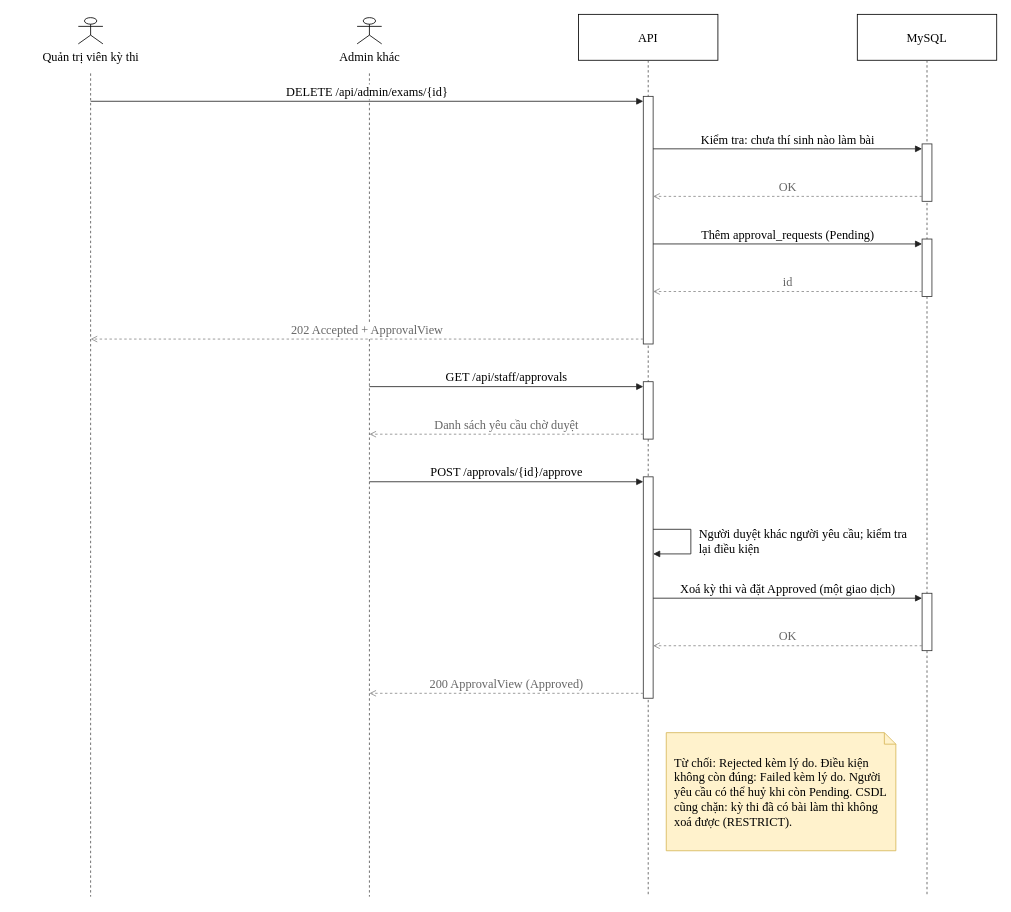
Earlier version of the draw.io diagram thesis/diagrams/seq-approval.drawio (trhlow/cambridge-exam-prep). Source tidied: cells renumbered, new cells numbered last; positions are measured from the earlier drawing's top-left corner, leaving out a move shared by most shapes. Both pictures are drawn from the tidied source at 82%, with x=0, y=0 at pixel (78, 14).
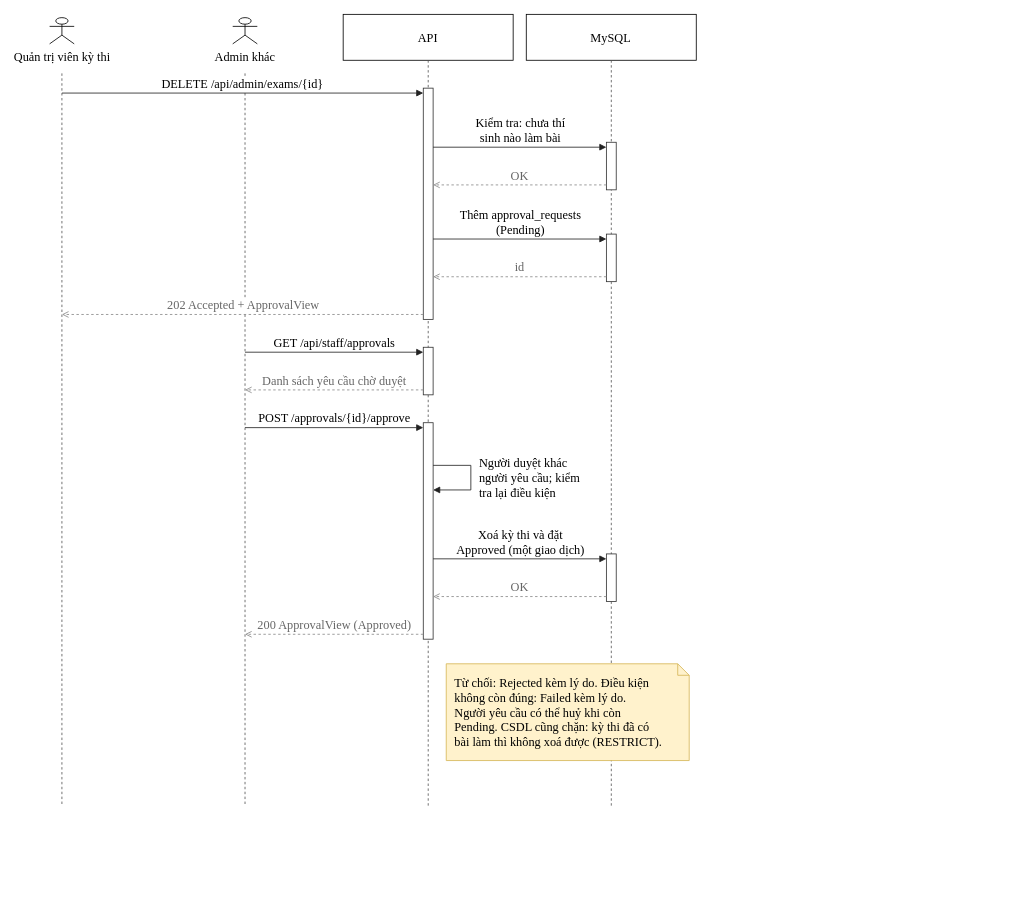
The same page after the edit.

Change to the diagram source:
```diff
@@
     <mxCell id="2" value="Quản trị viên kỳ thi" style="shape=umlActor;verticalLabelPosition=bottom;verticalAlign=top;html=1;fontFamily=Times New Roman;fontSize=15;" parent="1" vertex="1">
-      <mxGeometry y="4" width="30" height="32" as="geometry" />
+      <mxGeometry x="-35" y="4" width="30" height="32" as="geometry" />
     </mxCell>
     <mxCell id="3" style="endArrow=none;dashed=1;html=1;strokeColor=#555555;" parent="1" edge="1">
       <mxGeometry relative="1" as="geometry">
-        <mxPoint x="15" y="72" as="sourcePoint" />
-        <mxPoint x="15" y="1076" as="targetPoint" />
+        <mxPoint x="-20" y="72" as="sourcePoint" />
+        <mxPoint x="-20" y="966" as="targetPoint" />
       </mxGeometry>
     </mxCell>
     <mxCell id="4" value="Admin khác" style="shape=umlActor;verticalLabelPosition=bottom;verticalAlign=top;html=1;fontFamily=Times New Roman;fontSize=15;" parent="1" vertex="1">
-      <mxGeometry x="340" y="4" width="30" height="32" as="geometry" />
+      <mxGeometry x="188.3" y="4" width="30" height="32" as="geometry" />
     </mxCell>
     <mxCell id="5" style="endArrow=none;dashed=1;html=1;strokeColor=#555555;" parent="1" edge="1">
       <mxGeometry relative="1" as="geometry">
-        <mxPoint x="355" y="72" as="sourcePoint" />
-        <mxPoint x="355" y="1076" as="targetPoint" />
+        <mxPoint x="203.3" y="72" as="sourcePoint" />
+        <mxPoint x="203.3" y="966" as="targetPoint" />
       </mxGeometry>
     </mxCell>
     <mxCell id="6" value="API" style="rounded=0;whiteSpace=wrap;html=1;fontFamily=Times New Roman;fontSize=15;" parent="1" vertex="1">
-      <mxGeometry x="610" width="170" height="56" as="geometry" />
+      <mxGeometry x="323" width="207.3" height="56" as="geometry" />
     </mxCell>
     <mxCell id="7" style="endArrow=none;dashed=1;html=1;strokeColor=#555555;" parent="1" edge="1">
       <mxGeometry relative="1" as="geometry">
-        <mxPoint x="695" y="56" as="sourcePoint" />
-        <mxPoint x="695" y="1076" as="targetPoint" />
+        <mxPoint x="426.7" y="56" as="sourcePoint" />
+        <mxPoint x="426.7" y="966" as="targetPoint" />
       </mxGeometry>
     </mxCell>
     <mxCell id="8" value="MySQL" style="rounded=0;whiteSpace=wrap;html=1;fontFamily=Times New Roman;fontSize=15;" parent="1" vertex="1">
-      <mxGeometry x="950" width="170" height="56" as="geometry" />
+      <mxGeometry x="546.3" width="207.3" height="56" as="geometry" />
     </mxCell>
     <mxCell id="9" style="endArrow=none;dashed=1;html=1;strokeColor=#555555;" parent="1" edge="1">
       <mxGeometry relative="1" as="geometry">
-        <mxPoint x="1035" y="56" as="sourcePoint" />
-        <mxPoint x="1035" y="1076" as="targetPoint" />
+        <mxPoint x="650" y="56" as="sourcePoint" />
+        <mxPoint x="650" y="966" as="targetPoint" />
       </mxGeometry>
     </mxCell>
     <mxCell id="10" style="rounded=0;whiteSpace=wrap;html=1;fillColor=#ffffff;strokeColor=#333333;" parent="1" vertex="1">
-      <mxGeometry x="1029" y="158" width="12" height="70" as="geometry" />
+      <mxGeometry x="644" y="156" width="12" height="58" as="geometry" />
     </mxCell>
     <mxCell id="11" style="rounded=0;whiteSpace=wrap;html=1;fillColor=#ffffff;strokeColor=#333333;" parent="1" vertex="1">
-      <mxGeometry x="1029" y="274" width="12" height="70" as="geometry" />
+      <mxGeometry x="644" y="268" width="12" height="58" as="geometry" />
     </mxCell>
     <mxCell id="12" style="rounded=0;whiteSpace=wrap;html=1;fillColor=#ffffff;strokeColor=#333333;" parent="1" vertex="1">
-      <mxGeometry x="689" y="100" width="12" height="302" as="geometry" />
+      <mxGeometry x="420.7" y="90" width="12" height="282" as="geometry" />
     </mxCell>
     <mxCell id="13" style="rounded=0;whiteSpace=wrap;html=1;fillColor=#ffffff;strokeColor=#333333;" parent="1" vertex="1">
-      <mxGeometry x="689" y="448" width="12" height="70" as="geometry" />
+      <mxGeometry x="420.7" y="406" width="12" height="58" as="geometry" />
     </mxCell>
     <mxCell id="14" style="rounded=0;whiteSpace=wrap;html=1;fillColor=#ffffff;strokeColor=#333333;" parent="1" vertex="1">
-      <mxGeometry x="1029" y="706" width="12" height="70" as="geometry" />
+      <mxGeometry x="644" y="658" width="12" height="58" as="geometry" />
     </mxCell>
     <mxCell id="15" style="rounded=0;whiteSpace=wrap;html=1;fillColor=#ffffff;strokeColor=#333333;" parent="1" vertex="1">
-      <mxGeometry x="689" y="564" width="12" height="270" as="geometry" />
+      <mxGeometry x="420.7" y="498" width="12" height="264" as="geometry" />
     </mxCell>
     <mxCell id="16" value="DELETE /api/admin/exams/{id}" style="endArrow=block;endFill=1;html=1;rounded=0;strokeColor=#222222;fontFamily=Times New Roman;fontSize=15;labelBackgroundColor=#ffffff;verticalAlign=bottom;" parent="1" edge="1">
       <mxGeometry relative="1" as="geometry">
-        <mxPoint x="15" y="106" as="sourcePoint" />
-        <mxPoint x="689" y="106" as="targetPoint" />
+        <mxPoint x="-20" y="96" as="sourcePoint" />
+        <mxPoint x="420.7" y="96" as="targetPoint" />
       </mxGeometry>
     </mxCell>
-    <mxCell id="17" value="Kiểm tra: chưa thí sinh nào làm bài" style="endArrow=block;endFill=1;html=1;rounded=0;strokeColor=#222222;fontFamily=Times New Roman;fontSize=15;labelBackgroundColor=#ffffff;verticalAlign=bottom;" parent="1" edge="1">
+    <mxCell id="17" value="Kiểm tra: chưa thí&#10;sinh nào làm bài" style="endArrow=block;endFill=1;html=1;rounded=0;strokeColor=#222222;fontFamily=Times New Roman;fontSize=15;labelBackgroundColor=#ffffff;verticalAlign=bottom;" parent="1" edge="1">
       <mxGeometry relative="1" as="geometry">
-        <mxPoint x="701" y="164" as="sourcePoint" />
-        <mxPoint x="1029" y="164" as="targetPoint" />
+        <mxPoint x="432.7" y="162" as="sourcePoint" />
+        <mxPoint x="644" y="162" as="targetPoint" />
       </mxGeometry>
     </mxCell>
     <mxCell id="18" value="OK" style="endArrow=open;dashed=1;html=1;rounded=0;strokeColor=#888888;fontColor=#666666;fontFamily=Times New Roman;fontSize=15;labelBackgroundColor=#ffffff;verticalAlign=bottom;" parent="1" edge="1">
       <mxGeometry relative="1" as="geometry">
-        <mxPoint x="1029" y="222" as="sourcePoint" />
-        <mxPoint x="701" y="222" as="targetPoint" />
+        <mxPoint x="644" y="208" as="sourcePoint" />
+        <mxPoint x="432.7" y="208" as="targetPoint" />
       </mxGeometry>
     </mxCell>
-    <mxCell id="19" value="Thêm approval_requests (Pending)" style="endArrow=block;endFill=1;html=1;rounded=0;strokeColor=#222222;fontFamily=Times New Roman;fontSize=15;labelBackgroundColor=#ffffff;verticalAlign=bottom;" parent="1" edge="1">
+    <mxCell id="19" value="Thêm approval_requests&#10;(Pending)" style="endArrow=block;endFill=1;html=1;rounded=0;strokeColor=#222222;fontFamily=Times New Roman;fontSize=15;labelBackgroundColor=#ffffff;verticalAlign=bottom;" parent="1" edge="1">
       <mxGeometry relative="1" as="geometry">
-        <mxPoint x="701" y="280" as="sourcePoint" />
-        <mxPoint x="1029" y="280" as="targetPoint" />
+        <mxPoint x="432.7" y="274" as="sourcePoint" />
+        <mxPoint x="644" y="274" as="targetPoint" />
       </mxGeometry>
     </mxCell>
     <mxCell id="20" value="id" style="endArrow=open;dashed=1;html=1;rounded=0;strokeColor=#888888;fontColor=#666666;fontFamily=Times New Roman;fontSize=15;labelBackgroundColor=#ffffff;verticalAlign=bottom;" parent="1" edge="1">
       <mxGeometry relative="1" as="geometry">
-        <mxPoint x="1029" y="338" as="sourcePoint" />
-        <mxPoint x="701" y="338" as="targetPoint" />
+        <mxPoint x="644" y="320" as="sourcePoint" />
+        <mxPoint x="432.7" y="320" as="targetPoint" />
       </mxGeometry>
     </mxCell>
     <mxCell id="21" value="202 Accepted + ApprovalView" style="endArrow=open;dashed=1;html=1;rounded=0;strokeColor=#888888;fontColor=#666666;fontFamily=Times New Roman;fontSize=15;labelBackgroundColor=#ffffff;verticalAlign=bottom;" parent="1" edge="1">
       <mxGeometry relative="1" as="geometry">
-        <mxPoint x="689" y="396" as="sourcePoint" />
-        <mxPoint x="15" y="396" as="targetPoint" />
+        <mxPoint x="420.7" y="366" as="sourcePoint" />
+        <mxPoint x="-20" y="366" as="targetPoint" />
       </mxGeometry>
     </mxCell>
     <mxCell id="22" value="GET /api/staff/approvals" style="endArrow=block;endFill=1;html=1;rounded=0;strokeColor=#222222;fontFamily=Times New Roman;fontSize=15;labelBackgroundColor=#ffffff;verticalAlign=bottom;" parent="1" edge="1">
       <mxGeometry relative="1" as="geometry">
-        <mxPoint x="355" y="454" as="sourcePoint" />
-        <mxPoint x="689" y="454" as="targetPoint" />
+        <mxPoint x="203.3" y="412" as="sourcePoint" />
+        <mxPoint x="420.7" y="412" as="targetPoint" />
       </mxGeometry>
     </mxCell>
     <mxCell id="23" value="Danh sách yêu cầu chờ duyệt" style="endArrow=open;dashed=1;html=1;rounded=0;strokeColor=#888888;fontColor=#666666;fontFamily=Times New Roman;fontSize=15;labelBackgroundColor=#ffffff;verticalAlign=bottom;" parent="1" edge="1">
       <mxGeometry relative="1" as="geometry">
-        <mxPoint x="689" y="512" as="sourcePoint" />
-        <mxPoint x="355" y="512" as="targetPoint" />
+        <mxPoint x="420.7" y="458" as="sourcePoint" />
+        <mxPoint x="203.3" y="458" as="targetPoint" />
       </mxGeometry>
     </mxCell>
     <mxCell id="24" value="POST /approvals/{id}/approve" style="endArrow=block;endFill=1;html=1;rounded=0;strokeColor=#222222;fontFamily=Times New Roman;fontSize=15;labelBackgroundColor=#ffffff;verticalAlign=bottom;" parent="1" edge="1">
       <mxGeometry relative="1" as="geometry">
-        <mxPoint x="355" y="570" as="sourcePoint" />
-        <mxPoint x="689" y="570" as="targetPoint" />
+        <mxPoint x="203.3" y="504" as="sourcePoint" />
+        <mxPoint x="420.7" y="504" as="targetPoint" />
       </mxGeometry>
     </mxCell>
     <mxCell id="25" style="endArrow=block;endFill=1;html=1;rounded=0;strokeColor=#222222;fontFamily=Times New Roman;fontSize=15;labelBackgroundColor=#ffffff;verticalAlign=bottom;" parent="1" edge="1">
       <mxGeometry relative="1" as="geometry">
-        <mxPoint x="701" y="628" as="sourcePoint" />
-        <mxPoint x="701" y="658" as="targetPoint" />
+        <mxPoint x="432.7" y="550" as="sourcePoint" />
+        <mxPoint x="432.7" y="580" as="targetPoint" />
         <Array as="points">
-          <mxPoint x="747" y="628" />
-          <mxPoint x="747" y="658" />
+          <mxPoint x="478.7" y="550" />
+          <mxPoint x="478.7" y="580" />
         </Array>
       </mxGeometry>
     </mxCell>
-    <mxCell id="26" value="Người duyệt khác người yêu cầu; kiểm tra lại điều kiện" style="text;html=1;whiteSpace=wrap;align=left;verticalAlign=middle;fontFamily=Times New Roman;fontSize=15;" parent="1" vertex="1">
-      <mxGeometry x="755" y="622" width="270" height="40" as="geometry" />
+    <mxCell id="26" value="Người duyệt khác&#10;người yêu cầu; kiểm&#10;tra lại điều kiện" style="text;html=1;whiteSpace=wrap;align=left;verticalAlign=middle;fontFamily=Times New Roman;fontSize=15;" parent="1" vertex="1">
+      <mxGeometry x="486.7" y="531" width="155.3" height="68" as="geometry" />
     </mxCell>
-    <mxCell id="27" value="Xoá kỳ thi và đặt Approved (một giao dịch)" style="endArrow=block;endFill=1;html=1;rounded=0;strokeColor=#222222;fontFamily=Times New Roman;fontSize=15;labelBackgroundColor=#ffffff;verticalAlign=bottom;" parent="1" edge="1">
+    <mxCell id="27" value="Xoá kỳ thi và đặt&#10;Approved (một giao dịch)" style="endArrow=block;endFill=1;html=1;rounded=0;strokeColor=#222222;fontFamily=Times New Roman;fontSize=15;labelBackgroundColor=#ffffff;verticalAlign=bottom;" parent="1" edge="1">
       <mxGeometry relative="1" as="geometry">
-        <mxPoint x="701" y="712" as="sourcePoint" />
-        <mxPoint x="1029" y="712" as="targetPoint" />
+        <mxPoint x="432.7" y="664" as="sourcePoint" />
+        <mxPoint x="644" y="664" as="targetPoint" />
       </mxGeometry>
     </mxCell>
     <mxCell id="28" value="OK" style="endArrow=open;dashed=1;html=1;rounded=0;strokeColor=#888888;fontColor=#666666;fontFamily=Times New Roman;fontSize=15;labelBackgroundColor=#ffffff;verticalAlign=bottom;" parent="1" edge="1">
       <mxGeometry relative="1" as="geometry">
-        <mxPoint x="1029" y="770" as="sourcePoint" />
-        <mxPoint x="701" y="770" as="targetPoint" />
+        <mxPoint x="644" y="710" as="sourcePoint" />
+        <mxPoint x="432.7" y="710" as="targetPoint" />
       </mxGeometry>
     </mxCell>
     <mxCell id="29" value="200 ApprovalView (Approved)" style="endArrow=open;dashed=1;html=1;rounded=0;strokeColor=#888888;fontColor=#666666;fontFamily=Times New Roman;fontSize=15;labelBackgroundColor=#ffffff;verticalAlign=bottom;" parent="1" edge="1">
       <mxGeometry relative="1" as="geometry">
-        <mxPoint x="689" y="828" as="sourcePoint" />
-        <mxPoint x="355" y="828" as="targetPoint" />
+        <mxPoint x="420.7" y="756" as="sourcePoint" />
+        <mxPoint x="203.3" y="756" as="targetPoint" />
       </mxGeometry>
     </mxCell>
-    <mxCell id="30" value="Từ chối: Rejected kèm lý do. Điều kiện không còn đúng: Failed kèm lý do. Người yêu cầu có thể huỷ khi còn Pending. CSDL cũng chặn: kỳ thi đã có bài làm thì không xoá được (RESTRICT)." style="shape=note;whiteSpace=wrap;html=1;size=14;fillColor=#fff2cc;strokeColor=#d6b656;align=left;spacingLeft=8;spacingRight=8;fontFamily=Times New Roman;fontSize=15;" parent="1" vertex="1">
-      <mxGeometry x="717" y="876" width="280" height="144" as="geometry" />
+    <mxCell id="30" value="Từ chối: Rejected kèm lý do. Điều kiện&#10;không còn đúng: Failed kèm lý do.&#10;Người yêu cầu có thể huỷ khi còn&#10;Pending. CSDL cũng chặn: kỳ thi đã có&#10;bài làm thì không xoá được (RESTRICT)." style="shape=note;whiteSpace=wrap;html=1;size=14;fillColor=#fff2cc;strokeColor=#d6b656;align=left;spacingLeft=8;spacingRight=8;fontFamily=Times New Roman;fontSize=15;" parent="1" vertex="1">
+      <mxGeometry x="448.7" y="792" width="296.3" height="118" as="geometry" />
     </mxCell>
```
